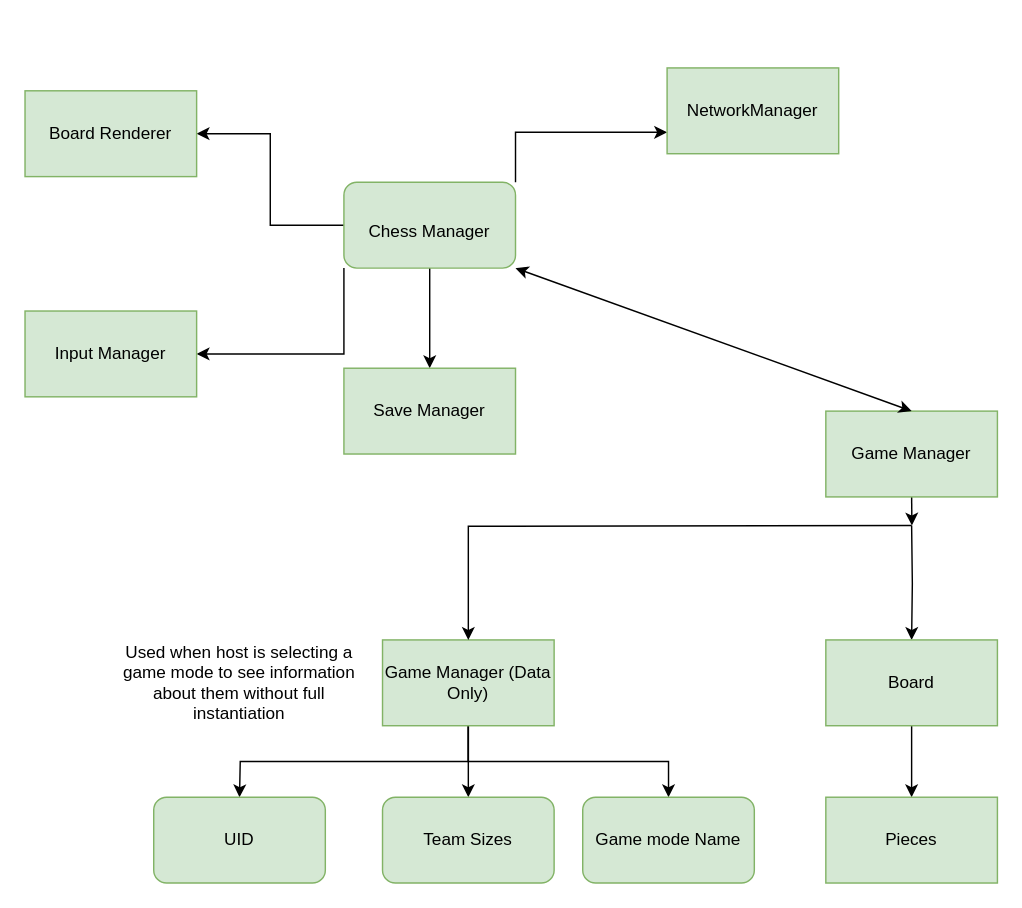
Before: page "Game Manager" (3 of 5) of Docs/Plan Diagram (open with www.draw.io).drawio in Robert-M-Lucas/NEA, a draw.io diagram. Source tidied: cells renumbered, new cells numbered last; positions are measured from the earlier drawing's top-left corner, leaving out a move shared by most shapes. Both pictures are drawn from the tidied source at 143%, with x=0, y=0 at pixel (24, 67).
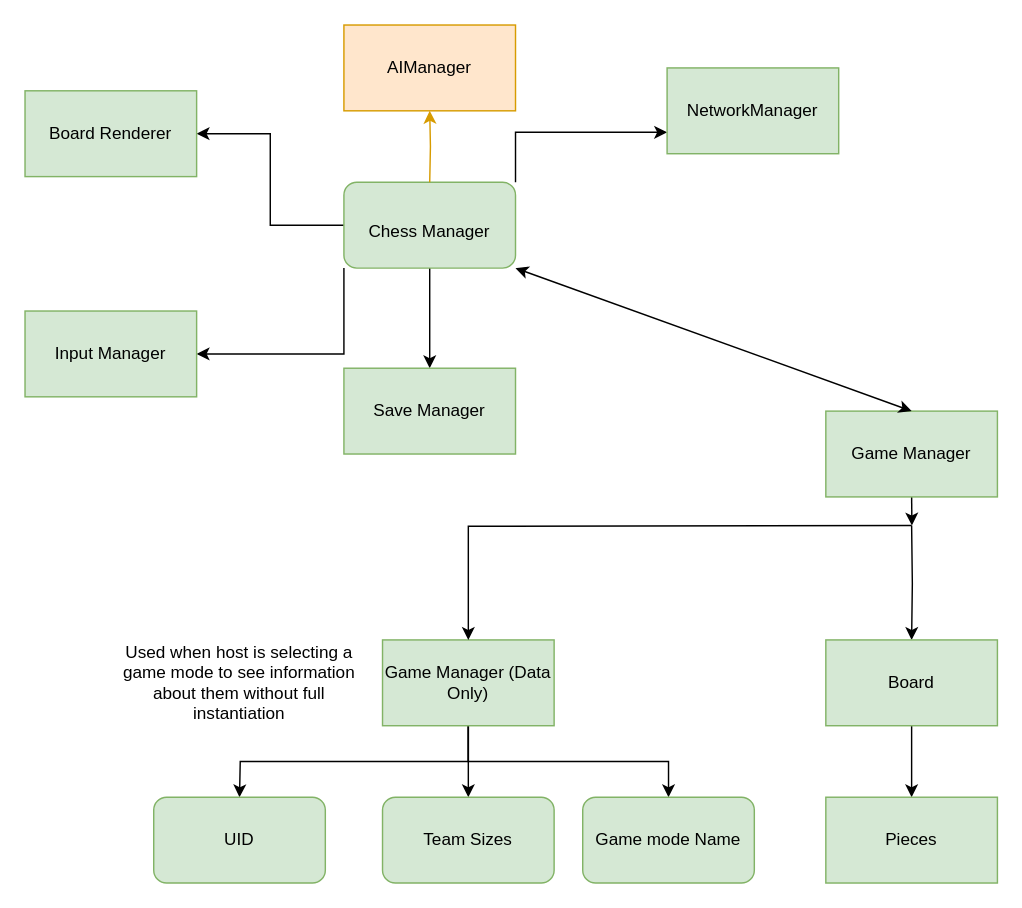
Above is the later version.

Change to the diagram source:
```diff
@@
+    <mxCell id="27" style="edgeStyle=orthogonalEdgeStyle;rounded=0;jettySize=auto;html=1;exitX=0.5;exitY=0;exitDx=0;exitDy=0;entryX=0.5;entryY=1;entryDx=0;entryDy=0;fillColor=#ffe6cc;strokeColor=#d79b00;" parent="1" edge="1" target="28">
+      <mxGeometry relative="1" as="geometry">
+        <mxPoint x="283" y="80" as="sourcePoint" />
+      </mxGeometry>
+    </mxCell>
+    <mxCell id="28" value="AIManager" style="rounded=0;whiteSpace=wrap;html=1;fontSize=12;fillColor=#ffe6cc;strokeColor=#d79b00;" parent="1" vertex="1">
+      <mxGeometry x="223" y="-30" width="120" height="60" as="geometry" />
+    </mxCell>
```
